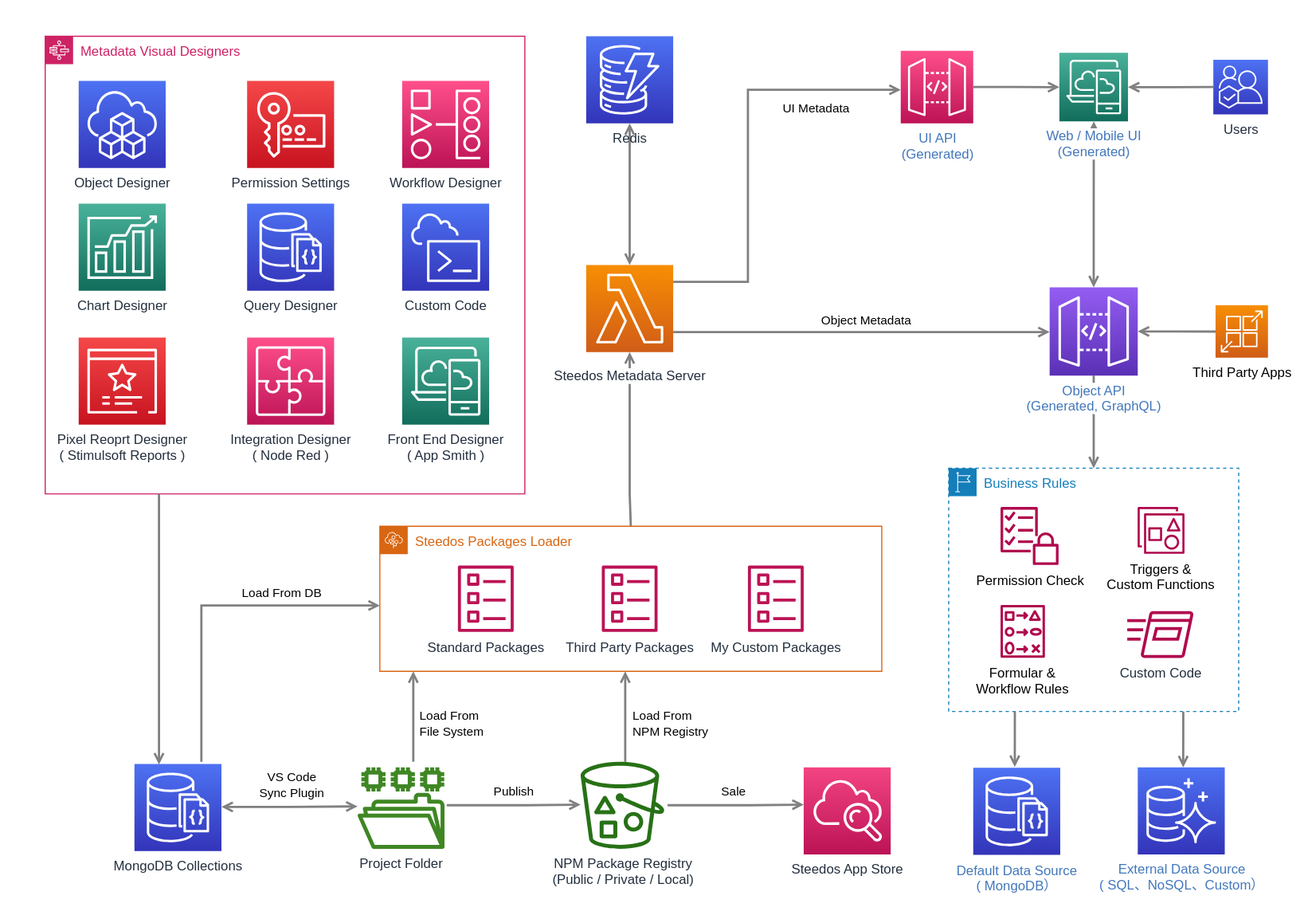
Earlier version of the draw.io export docs/diagrams/Steedos Packages.drawio.svg (steedos/steedos-platform). Source tidied: cells renumbered, new cells last; positions are measured from the earlier drawing's top-left corner, leaving out a move shared by most shapes.
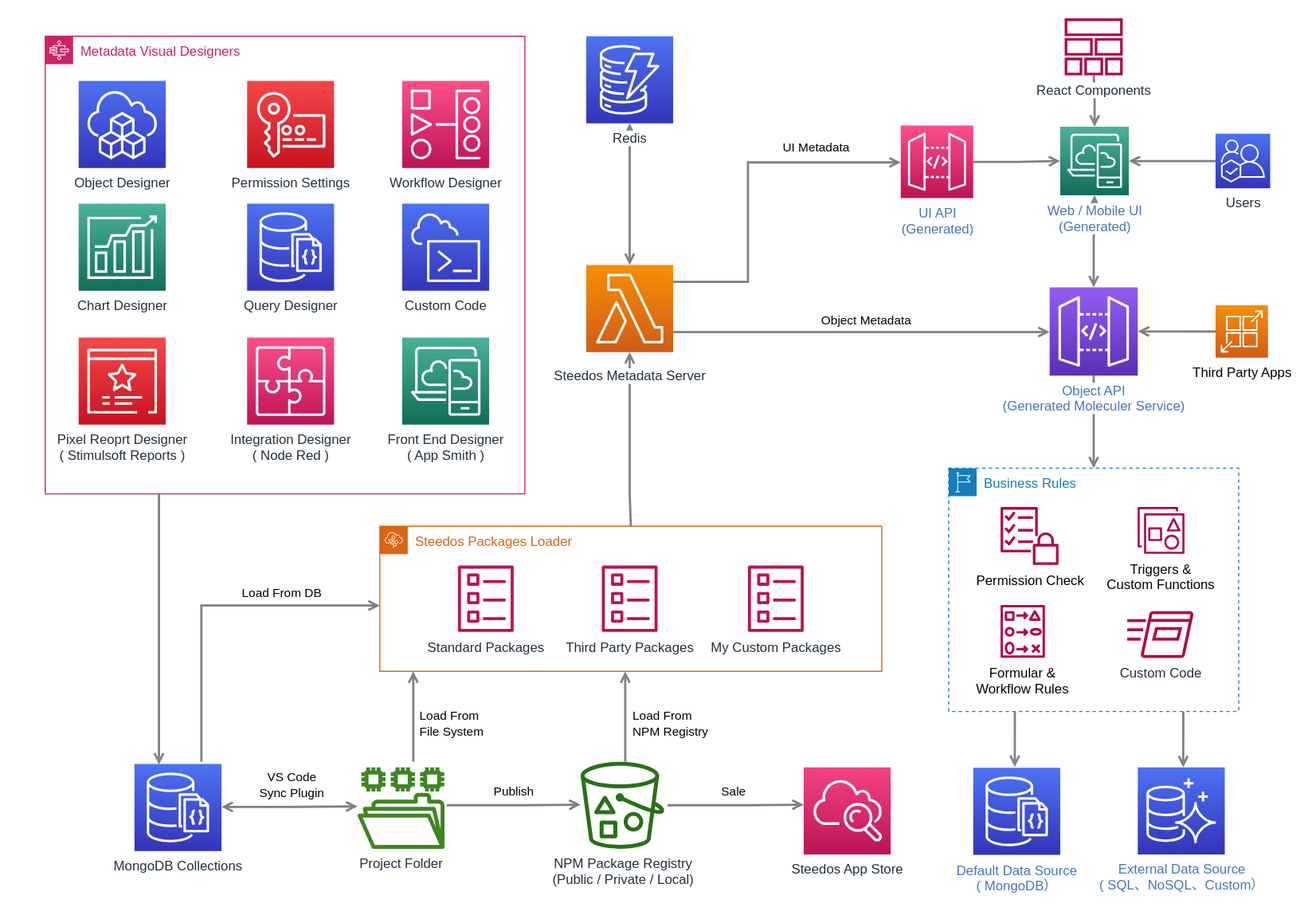
Later version of the same file.

Commit message:
steedos packages

What changed in the source:
```diff
@@ -157,7 +157,7 @@
         </Array>
       </mxGeometry>
     </mxCell>
-    <mxCell id="32" value="Redis" style="sketch=0;points=[[0,0,0],[0.25,0,0],[0.5,0,0],[0.75,0,0],[1,0,0],[0,1,0],[0.25,1,0],[0.5,1,0],[0.75,1,0],[1,1,0],[0,0.25,0],[0,0.5,0],[0,0.75,0],[1,0.25,0],[1,0.5,0],[1,0.75,0]];outlineConnect=0;fontColor=#232F3E;gradientColor=#4D72F3;gradientDirection=north;fillColor=#3334B9;strokeColor=#ffffff;dashed=0;verticalLabelPosition=bottom;verticalAlign=top;align=center;html=1;fontSize=12;fontStyle=0;shape=mxgraph.aws4.resourceIcon;resIcon=mxgraph.aws4.dynamodb;" parent="1" vertex="1">
+    <mxCell id="32" value="&lt;span style=&quot;background-color: rgb(255 , 255 , 255)&quot;&gt;Redis&lt;/span&gt;" style="sketch=0;points=[[0,0,0],[0.25,0,0],[0.5,0,0],[0.75,0,0],[1,0,0],[0,1,0],[0.25,1,0],[0.5,1,0],[0.75,1,0],[1,1,0],[0,0.25,0],[0,0.5,0],[0,0.75,0],[1,0.25,0],[1,0.5,0],[1,0.75,0]];outlineConnect=0;fontColor=#232F3E;gradientColor=#4D72F3;gradientDirection=north;fillColor=#3334B9;strokeColor=#ffffff;dashed=0;verticalLabelPosition=bottom;verticalAlign=top;align=center;html=1;fontSize=12;fontStyle=0;shape=mxgraph.aws4.resourceIcon;resIcon=mxgraph.aws4.dynamodb;" parent="1" vertex="1">
       <mxGeometry x="485" width="78" height="78" as="geometry" />
     </mxCell>
     <mxCell id="33" value="MongoDB Collections" style="sketch=0;fontColor=#232F3E;gradientColor=#4D72F3;gradientDirection=north;fillColor=#3334B9;strokeColor=#ffffff;dashed=0;verticalLabelPosition=bottom;verticalAlign=top;align=center;html=1;fontSize=12;fontStyle=0;shape=mxgraph.aws4.resourceIcon;resIcon=mxgraph.aws4.documentdb_with_mongodb_compatibility;" parent="1" vertex="1">
@@ -167,7 +167,7 @@
       <mxGeometry relative="1" as="geometry">
         <Array as="points">
           <mxPoint x="630" y="220" />
-          <mxPoint x="630" y="48" />
+          <mxPoint x="630" y="113" />
         </Array>
       </mxGeometry>
     </mxCell>
@@ -226,9 +226,9 @@
       </mxGeometry>
     </mxCell>
     <mxCell id="48" value="&lt;span style=&quot;color: rgb(66 , 119 , 187) ; background-color: rgb(255 , 255 , 255)&quot;&gt;UI API&lt;/span&gt;&lt;br style=&quot;color: rgb(66 , 119 , 187)&quot;&gt;&lt;span style=&quot;color: rgb(66 , 119 , 187) ; background-color: rgb(255 , 255 , 255)&quot;&gt;(Generated)&lt;/span&gt;" style="sketch=0;points=[[0,0,0],[0.25,0,0],[0.5,0,0],[0.75,0,0],[1,0,0],[0,1,0],[0.25,1,0],[0.5,1,0],[0.75,1,0],[1,1,0],[0,0.25,0],[0,0.5,0],[0,0.75,0],[1,0.25,0],[1,0.5,0],[1,0.75,0]];outlineConnect=0;fontColor=#232F3E;gradientColor=#FF4F8B;gradientDirection=north;fillColor=#BC1356;strokeColor=#ffffff;dashed=0;verticalLabelPosition=bottom;verticalAlign=top;align=center;html=1;fontSize=12;fontStyle=0;shape=mxgraph.aws4.resourceIcon;resIcon=mxgraph.aws4.api_gateway;" parent="1" vertex="1">
-      <mxGeometry x="767" y="13" width="65" height="65" as="geometry" />
+      <mxGeometry x="767" y="80" width="65" height="65" as="geometry" />
     </mxCell>
-    <mxCell id="49" value="&lt;span style=&quot;color: rgb(66 , 119 , 187) ; background-color: rgb(255 , 255 , 255)&quot;&gt;Object API&lt;/span&gt;&lt;br style=&quot;color: rgb(66 , 119 , 187)&quot;&gt;&lt;span style=&quot;color: rgb(66 , 119 , 187) ; background-color: rgb(255 , 255 , 255)&quot;&gt;(Generated, GraphQL)&lt;/span&gt;" style="sketch=0;points=[[0,0,0],[0.25,0,0],[0.5,0,0],[0.75,0,0],[1,0,0],[0,1,0],[0.25,1,0],[0.5,1,0],[0.75,1,0],[1,1,0],[0,0.25,0],[0,0.5,0],[0,0.75,0],[1,0.25,0],[1,0.5,0],[1,0.75,0]];outlineConnect=0;fontColor=#232F3E;gradientColor=#945DF2;gradientDirection=north;fillColor=#5A30B5;strokeColor=#ffffff;dashed=0;verticalLabelPosition=bottom;verticalAlign=top;align=center;html=1;fontSize=12;fontStyle=0;shape=mxgraph.aws4.resourceIcon;resIcon=mxgraph.aws4.api_gateway;" parent="1" vertex="1">
+    <mxCell id="49" value="&lt;span style=&quot;color: rgb(66 , 119 , 187) ; background-color: rgb(255 , 255 , 255)&quot;&gt;Object API&lt;/span&gt;&lt;br style=&quot;color: rgb(66 , 119 , 187)&quot;&gt;&lt;span style=&quot;background-color: rgb(255 , 255 , 255)&quot;&gt;&lt;font color=&quot;#4277bb&quot;&gt;(Generated Moleculer Service)&lt;/font&gt;&lt;/span&gt;" style="sketch=0;points=[[0,0,0],[0.25,0,0],[0.5,0,0],[0.75,0,0],[1,0,0],[0,1,0],[0.25,1,0],[0.5,1,0],[0.75,1,0],[1,1,0],[0,0.25,0],[0,0.5,0],[0,0.75,0],[1,0.25,0],[1,0.5,0],[1,0.75,0]];outlineConnect=0;fontColor=#232F3E;gradientColor=#945DF2;gradientDirection=north;fillColor=#5A30B5;strokeColor=#ffffff;dashed=0;verticalLabelPosition=bottom;verticalAlign=top;align=center;html=1;fontSize=12;fontStyle=0;shape=mxgraph.aws4.resourceIcon;resIcon=mxgraph.aws4.api_gateway;" parent="1" vertex="1">
       <mxGeometry x="900.5" y="225" width="79" height="79" as="geometry" />
     </mxCell>
     <mxCell id="50" style="edgeStyle=orthogonalEdgeStyle;rounded=0;jettySize=auto;html=1;startArrow=open;startFill=0;endArrow=none;endFill=0;strokeColor=#808080;strokeWidth=2;" parent="1" edge="1" source="49">
@@ -255,10 +255,10 @@
       <mxGeometry x="1049.2" y="241" width="47" height="47" as="geometry" />
     </mxCell>
     <mxCell id="55" value="Users" style="sketch=0;points=[[0,0,0],[0.25,0,0],[0.5,0,0],[0.75,0,0],[1,0,0],[0,1,0],[0.25,1,0],[0.5,1,0],[0.75,1,0],[1,1,0],[0,0.25,0],[0,0.5,0],[0,0.75,0],[1,0.25,0],[1,0.5,0],[1,0.75,0]];outlineConnect=0;fontColor=#232F3E;gradientColor=#4D72F3;gradientDirection=north;fillColor=#3334B9;strokeColor=#ffffff;dashed=0;verticalLabelPosition=bottom;verticalAlign=top;align=center;html=1;fontSize=12;fontStyle=0;shape=mxgraph.aws4.resourceIcon;resIcon=mxgraph.aws4.iq;" parent="1" vertex="1">
-      <mxGeometry x="1047.2" y="21" width="49" height="49" as="geometry" />
+      <mxGeometry x="1049.2" y="87.2" width="49" height="49" as="geometry" />
     </mxCell>
     <mxCell id="56" value="&lt;span style=&quot;color: rgb(66 , 119 , 187) ; background-color: rgb(255 , 255 , 255)&quot;&gt;Web / Mobile UI&lt;/span&gt;&lt;br style=&quot;color: rgb(66 , 119 , 187)&quot;&gt;&lt;span style=&quot;color: rgb(66 , 119 , 187) ; background-color: rgb(255 , 255 , 255)&quot;&gt;(Generated)&lt;/span&gt;" style="sketch=0;points=[[0,0,0],[0.25,0,0],[0.5,0,0],[0.75,0,0],[1,0,0],[0,1,0],[0.25,1,0],[0.5,1,0],[0.75,1,0],[1,1,0],[0,0.25,0],[0,0.5,0],[0,0.75,0],[1,0.25,0],[1,0.5,0],[1,0.75,0]];outlineConnect=0;fontColor=#232F3E;gradientColor=#4AB29A;gradientDirection=north;fillColor=#116D5B;strokeColor=#ffffff;dashed=0;verticalLabelPosition=bottom;verticalAlign=top;align=center;html=1;fontSize=12;fontStyle=0;shape=mxgraph.aws4.resourceIcon;resIcon=mxgraph.aws4.desktop_and_app_streaming;" parent="1" vertex="1">
-      <mxGeometry x="909.2" y="14.8" width="61.5" height="61.5" as="geometry" />
+      <mxGeometry x="910" y="81" width="61.5" height="61.5" as="geometry" />
     </mxCell>
     <mxCell id="57" value="Steedos Packages Loader" style="gradientColor=none;html=1;whiteSpace=wrap;fontSize=12;fontStyle=0;shape=mxgraph.aws4.group;grIcon=mxgraph.aws4.group_elastic_beanstalk;strokeColor=#D86613;fillColor=none;verticalAlign=top;align=left;spacingLeft=30;fontColor=#D86613;dashed=0;" parent="1" vertex="1">
       <mxGeometry x="300" y="439" width="450" height="130" as="geometry" />
@@ -272,5 +272,11 @@
     <mxCell id="60" value="Standard Packages" style="fontColor=#232F3E;gradientColor=none;fillColor=#BC1356;strokeColor=none;dashed=0;verticalLabelPosition=bottom;verticalAlign=top;align=center;html=1;fontSize=12;fontStyle=0;shape=mxgraph.aws4.template;labelBackgroundColor=#ffffff;" parent="57" vertex="1">
       <mxGeometry x="70" y="35" width="50" height="60" as="geometry" />
     </mxCell>
+    <mxCell id="61" style="edgeStyle=orthogonalEdgeStyle;rounded=0;jettySize=auto;html=1;startArrow=open;startFill=0;endArrow=none;endFill=0;strokeColor=#808080;strokeWidth=2;" parent="1" edge="1" source="56" target="62">
+      <mxGeometry relative="1" as="geometry" />
+    </mxCell>
+    <mxCell id="62" value="&lt;span style=&quot;background-color: rgb(255 , 255 , 255)&quot;&gt;React Components&lt;/span&gt;" style="sketch=0;outlineConnect=0;fontColor=#232F3E;gradientColor=none;fillColor=#B0084D;strokeColor=none;dashed=0;verticalLabelPosition=bottom;verticalAlign=top;align=center;html=1;fontSize=12;fontStyle=0;shape=mxgraph.aws4.stack;" parent="1" vertex="1">
+      <mxGeometry x="913.8" y="-16" width="52.4" height="51" as="geometry" />
+    </mxCell>
   </root>
 </mxGraphModel>
```
